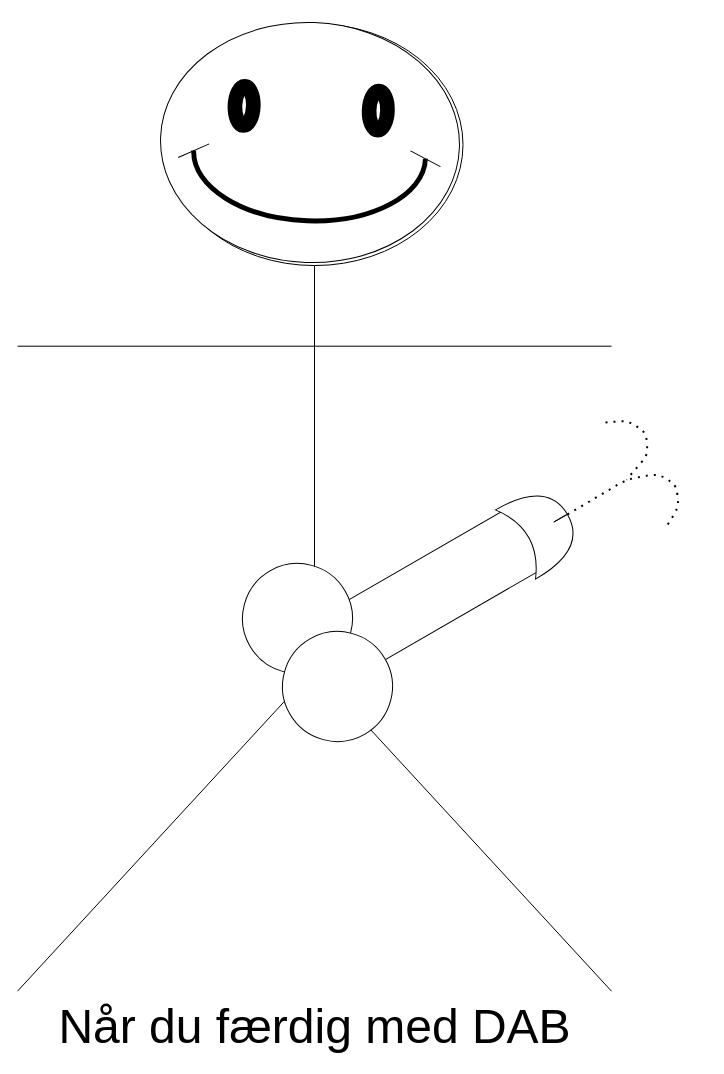
Above: vigtigt diagram.drawio in I4PRJ-Gridder/Diagrammer (draw.io), before the change. Source tidied: cells renumbered, new cells numbered last; positions are measured from the earlier drawing's top-left corner, leaving out a move shared by most shapes. Both pictures are drawn from the tidied source at 100%, with x=0, y=0 at pixel (17, 22).
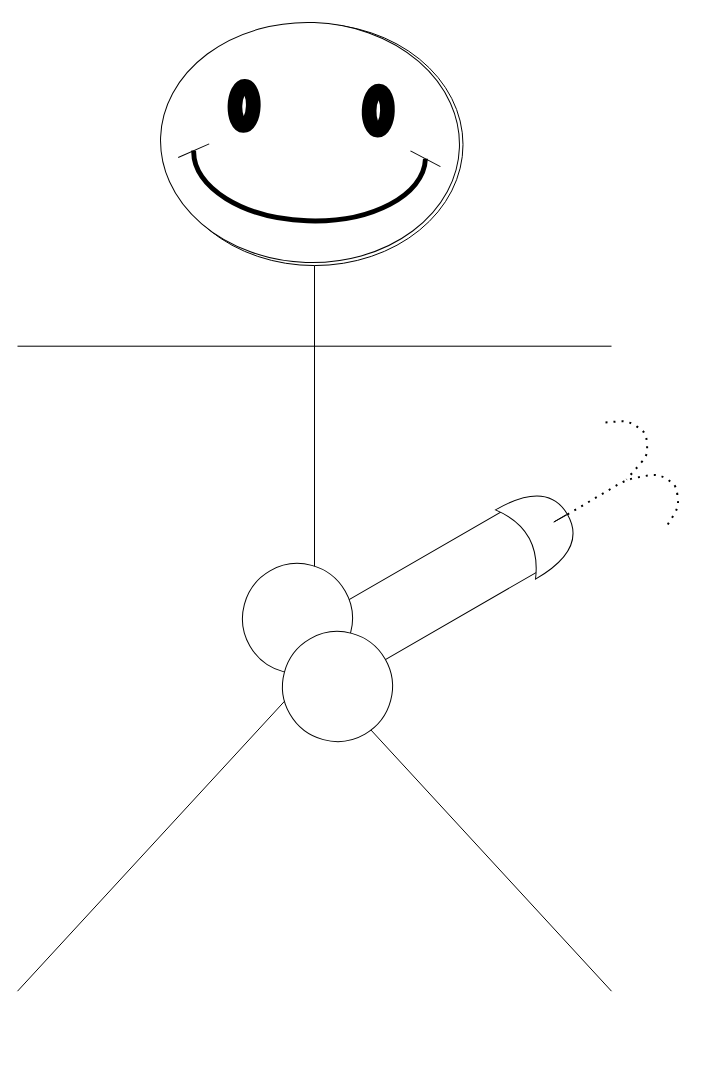
After the change.

What changed in the source:
```diff
@@
 <mxGraphModel>
   <root>
     <mxCell id="0" />
     <mxCell id="1" parent="0" />
-    <mxCell id="2" value="&lt;span style=&quot;font-size: 48px&quot;&gt;Når du færdig med DAB&lt;/span&gt;" style="shape=umlActor;verticalLabelPosition=bottom;verticalAlign=top;html=1;rotation=-360;" parent="1" vertex="1">
+    <mxCell id="2" style="shape=umlActor;verticalLabelPosition=bottom;verticalAlign=top;html=1;rotation=-360;" parent="1" vertex="1">
       <mxGeometry y="1.2" width="594" height="967.5" as="geometry" />
     </mxCell>
     <mxCell id="3" style="verticalLabelPosition=bottom;verticalAlign=top;html=1;shape=mxgraph.basic.smiley;rotation=-358;" parent="1" vertex="1">
       <mxGeometry x="143" width="299" height="240" as="geometry" />
     </mxCell>
     <mxCell id="4" style="group;rotation=60;" parent="1" vertex="1">
       <mxGeometry x="352" y="320" width="190" height="450" as="geometry" />
     </mxCell>
     <mxCell id="5" style="rounded=1;whiteSpace=wrap;html=1;rotation=150;" parent="4" vertex="1">
       <mxGeometry x="-52" y="213" width="235" height="70" as="geometry" />
     </mxCell>
     <mxCell id="6" style="shape=xor;whiteSpace=wrap;html=1;rotation=-30;" parent="4" vertex="1">
       <mxGeometry x="142" y="147" width="60" height="80" as="geometry" />
     </mxCell>
     <mxCell id="7" style="ellipse;whiteSpace=wrap;html=1;rotation=60;" parent="4" vertex="1">
       <mxGeometry x="-127" y="221" width="110" height="110" as="geometry" />
     </mxCell>
     <mxCell id="8" style="ellipse;whiteSpace=wrap;html=1;rotation=60;" parent="4" vertex="1">
       <mxGeometry x="-87" y="289" width="110" height="110" as="geometry" />
     </mxCell>
     <mxCell id="9" style="endArrow=none;html=1;exitX=1;exitY=0.5;exitDx=0;exitDy=0;exitPerimeter=0;" parent="4" edge="1" source="6">
       <mxGeometry x="208" y="39" as="geometry">
         <mxPoint x="197" y="172" as="targetPoint" />
         <Array as="points">
           <mxPoint x="180" y="182" />
         </Array>
       </mxGeometry>
     </mxCell>
     <mxCell id="10" style="endArrow=none;dashed=1;html=1;dashPattern=1 3;strokeWidth=2;exitX=1;exitY=0.5;exitDx=0;exitDy=0;exitPerimeter=0;" parent="4" edge="1" source="6">
       <mxGeometry x="208" y="39" as="geometry">
         <mxPoint x="297" y="184" as="targetPoint" />
         <Array as="points">
           <mxPoint x="257" y="137" />
           <mxPoint x="289" y="131" />
           <mxPoint x="307" y="143" />
           <mxPoint x="309" y="165" />
         </Array>
       </mxGeometry>
     </mxCell>
     <mxCell id="11" style="endArrow=none;dashed=1;html=1;dashPattern=1 3;strokeWidth=2;" parent="4" edge="1">
       <mxGeometry x="208" y="39" as="geometry">
         <mxPoint x="236" y="80" as="sourcePoint" />
         <mxPoint x="257" y="137" as="targetPoint" />
         <Array as="points">
           <mxPoint x="259" y="78" />
           <mxPoint x="277" y="91" />
           <mxPoint x="278" y="113" />
         </Array>
       </mxGeometry>
     </mxCell>
   </root>
 </mxGraphModel>
```
